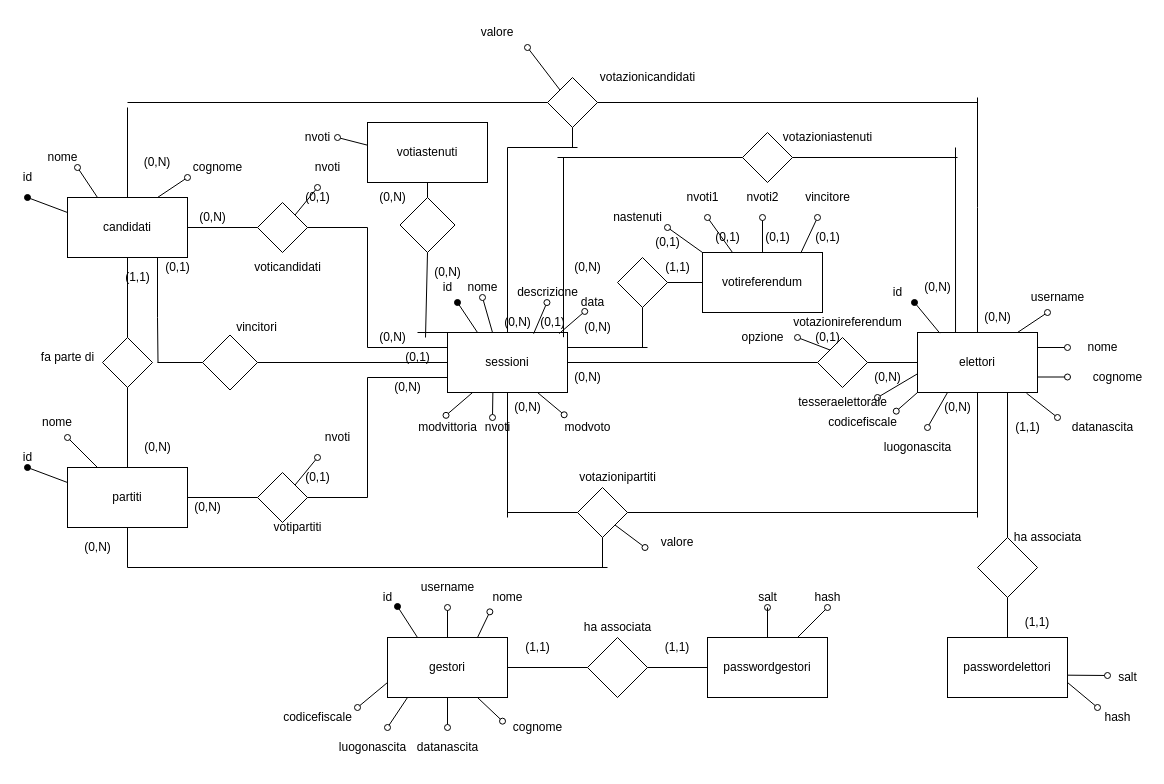
Above: docs/database/Scherma ER.drawio in gbrsni/votoElettronico (draw.io), before the change. Source tidied: cells renumbered, new cells numbered last; positions are measured from the earlier drawing's top-left corner, leaving out a move shared by most shapes. Both pictures are drawn from the tidied source at 100%, with x=0, y=0 at pixel (17, 17).
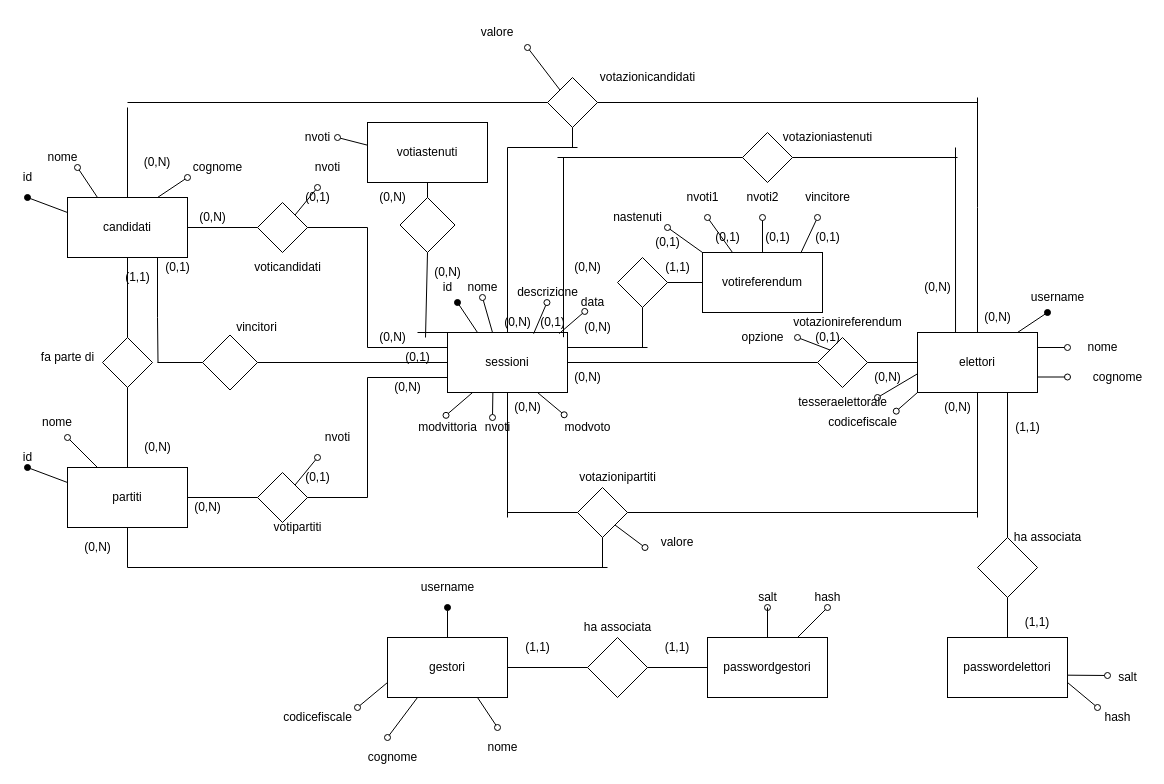
After the change.

The change refers to these unchanged cells:
```xml
<mxCell id="30" value="elettori" style="rounded=0;whiteSpace=wrap;html=1;" parent="1" vertex="1">
  <mxGeometry x="900" y="315" width="120" height="60" as="geometry" />
</mxCell>
<mxCell id="54" value="gestori" style="rounded=0;whiteSpace=wrap;html=1;" parent="1" vertex="1">
  <mxGeometry x="370" y="620" width="120" height="60" as="geometry" />
</mxCell>
```

What changed in the source:
```diff
@@
-    <mxCell id="31" value="id" style="text;html=1;align=center;verticalAlign=middle;strokeColor=none;fillColor=none;" parent="1" vertex="1">
-      <mxGeometry x="870" y="265" width="20" height="20" as="geometry" />
-    </mxCell>
-    <mxCell id="32" style="endArrow=none;html=1;rounded=0;startArrow=oval;startFill=1;entryX=0.186;entryY=0.011;entryDx=0;entryDy=0;entryPerimeter=0;" parent="1" edge="1" target="30">
-      <mxGeometry relative="1" as="geometry">
-        <mxPoint x="897" y="285" as="sourcePoint" />
-      </mxGeometry>
-    </mxCell>
@@
-    <mxCell id="87" style="endArrow=oval;html=1;rounded=0;startArrow=none;startFill=0;endFill=0;exitX=0.75;exitY=0;exitDx=0;exitDy=0;" parent="1" edge="1">
+    <mxCell id="87" style="endArrow=oval;html=1;rounded=0;startArrow=none;startFill=0;endFill=1;exitX=0.75;exitY=0;exitDx=0;exitDy=0;" parent="1" edge="1">
       <mxGeometry relative="1" as="geometry">
         <mxPoint x="1000" y="315" as="sourcePoint" />
         <mxPoint x="1030" y="295" as="targetPoint" />
       </mxGeometry>
     </mxCell>
@@
-    <mxCell id="93" style="endArrow=none;html=1;rounded=0;entryX=0.908;entryY=1.011;entryDx=0;entryDy=0;entryPerimeter=0;endFill=0;startArrow=oval;startFill=0;" parent="1" edge="1" target="30">
-      <mxGeometry relative="1" as="geometry">
-        <mxPoint x="1040" y="400" as="sourcePoint" />
-      </mxGeometry>
-    </mxCell>
@@
-    <mxCell id="95" value="datanascita" style="text;html=1;align=center;verticalAlign=middle;strokeColor=none;fillColor=none;" parent="1" vertex="1">
-      <mxGeometry x="1045" y="400" width="80" height="20" as="geometry" />
-    </mxCell>
@@
-    <mxCell id="97" style="endArrow=none;html=1;rounded=0;entryX=0.25;entryY=1;entryDx=0;entryDy=0;endFill=0;startArrow=oval;startFill=0;" parent="1" edge="1" target="30">
-      <mxGeometry relative="1" as="geometry">
-        <mxPoint x="910" y="410" as="sourcePoint" />
-      </mxGeometry>
-    </mxCell>
-    <mxCell id="98" value="luogonascita" style="text;html=1;align=center;verticalAlign=middle;strokeColor=none;fillColor=none;" parent="1" vertex="1">
-      <mxGeometry x="860" y="420" width="80" height="20" as="geometry" />
-    </mxCell>
-    <mxCell id="99" style="endArrow=oval;html=1;rounded=0;startArrow=none;startFill=0;endFill=0;exitX=0.5;exitY=0;exitDx=0;exitDy=0;" parent="1" edge="1" source="54">
+    <mxCell id="99" style="endArrow=oval;html=1;rounded=0;startArrow=none;startFill=0;endFill=1;exitX=0.5;exitY=0;exitDx=0;exitDy=0;" parent="1" edge="1" source="54">
       <mxGeometry relative="1" as="geometry">
         <mxPoint x="430" y="590" as="targetPoint" />
       </mxGeometry>
     </mxCell>
-    <mxCell id="100" style="endArrow=none;html=1;rounded=0;startArrow=oval;startFill=1;entryX=0.25;entryY=0;entryDx=0;entryDy=0;" parent="1" edge="1" target="54">
-      <mxGeometry relative="1" as="geometry">
-        <mxPoint x="380" y="589" as="sourcePoint" />
-      </mxGeometry>
-    </mxCell>
-    <mxCell id="101" value="id" style="text;html=1;align=center;verticalAlign=middle;strokeColor=none;fillColor=none;" parent="1" vertex="1">
-      <mxGeometry x="360" y="570" width="20" height="20" as="geometry" />
-    </mxCell>
     <mxCell id="102" value="nome" style="text;html=1;align=center;verticalAlign=middle;points=[];strokeColor=none;fillColor=none;" parent="1" vertex="1">
-      <mxGeometry x="465" y="570" width="50" height="20" as="geometry" />
+      <mxGeometry x="460" y="720" width="50" height="20" as="geometry" />
     </mxCell>
-    <mxCell id="103" style="endArrow=oval;html=1;rounded=0;startArrow=none;startFill=0;endFill=0;exitX=0.75;exitY=0;exitDx=0;exitDy=0;entryX=0.147;entryY=1.217;entryDx=0;entryDy=0;entryPerimeter=0;" parent="1" edge="1" source="54" target="102">
-      <mxGeometry relative="1" as="geometry" />
+    <mxCell id="103" style="endArrow=oval;html=1;rounded=0;startArrow=none;startFill=0;endFill=0;exitX=0.75;exitY=1;exitDx=0;exitDy=0;" parent="1" edge="1" source="54">
+      <mxGeometry relative="1" as="geometry">
+        <mxPoint x="480" y="710" as="targetPoint" />
+      </mxGeometry>
     </mxCell>
@@
     <mxCell id="105" value="cognome" style="text;html=1;align=center;verticalAlign=middle;points=[];strokeColor=none;fillColor=none;" parent="1" vertex="1">
-      <mxGeometry x="490" y="700" width="60" height="20" as="geometry" />
+      <mxGeometry x="345" y="730" width="60" height="20" as="geometry" />
     </mxCell>
-    <mxCell id="106" style="endArrow=oval;html=1;rounded=0;startArrow=none;startFill=0;endFill=0;exitX=0.75;exitY=1;exitDx=0;exitDy=0;entryX=-0.083;entryY=0.183;entryDx=0;entryDy=0;entryPerimeter=0;" parent="1" edge="1" source="54" target="105">
-      <mxGeometry relative="1" as="geometry" />
+    <mxCell id="106" style="endArrow=oval;html=1;rounded=0;startArrow=none;startFill=0;endFill=0;exitX=0.25;exitY=1;exitDx=0;exitDy=0;" parent="1" edge="1" source="54">
+      <mxGeometry relative="1" as="geometry">
+        <mxPoint x="370" y="720" as="targetPoint" />
+      </mxGeometry>
     </mxCell>
-    <mxCell id="107" value="datanascita" style="text;html=1;align=center;verticalAlign=middle;strokeColor=none;fillColor=none;" parent="1" vertex="1">
-      <mxGeometry x="390" y="720" width="80" height="20" as="geometry" />
-    </mxCell>
-    <mxCell id="108" style="endArrow=none;html=1;rounded=0;entryX=0.5;entryY=1;entryDx=0;entryDy=0;endFill=0;startArrow=oval;startFill=0;" parent="1" edge="1" target="54">
-      <mxGeometry relative="1" as="geometry">
-        <mxPoint x="430" y="710" as="sourcePoint" />
-      </mxGeometry>
-    </mxCell>
-    <mxCell id="109" style="endArrow=none;html=1;rounded=0;entryX=0.25;entryY=1;entryDx=0;entryDy=0;endFill=0;startArrow=oval;startFill=0;" parent="1" edge="1">
-      <mxGeometry relative="1" as="geometry">
-        <mxPoint x="370" y="710" as="sourcePoint" />
-        <mxPoint x="390" y="680" as="targetPoint" />
-      </mxGeometry>
-    </mxCell>
-    <mxCell id="110" value="luogonascita" style="text;html=1;align=center;verticalAlign=middle;strokeColor=none;fillColor=none;" parent="1" vertex="1">
-      <mxGeometry x="315" y="720" width="80" height="20" as="geometry" />
-    </mxCell>
```
